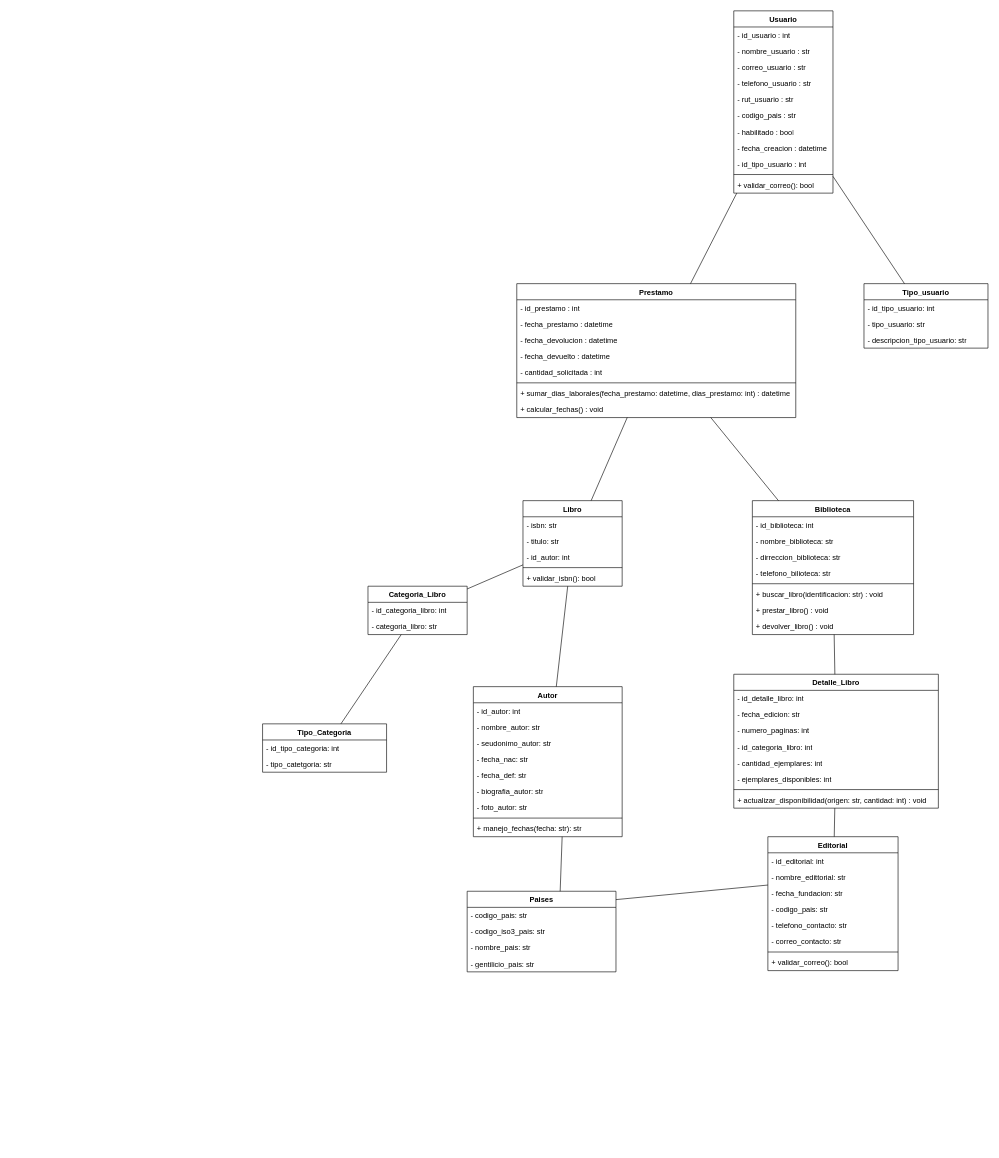
Earlier version of the draw.io diagram Diagrama.drawio (Leojgv/Biblioteca-POO). Source tidied: cells renumbered, new cells numbered last; positions are measured from the earlier drawing's top-left corner, leaving out a move shared by most shapes. Both pictures are drawn from the tidied source at 62%, with x=0, y=0 at pixel (262, 11).
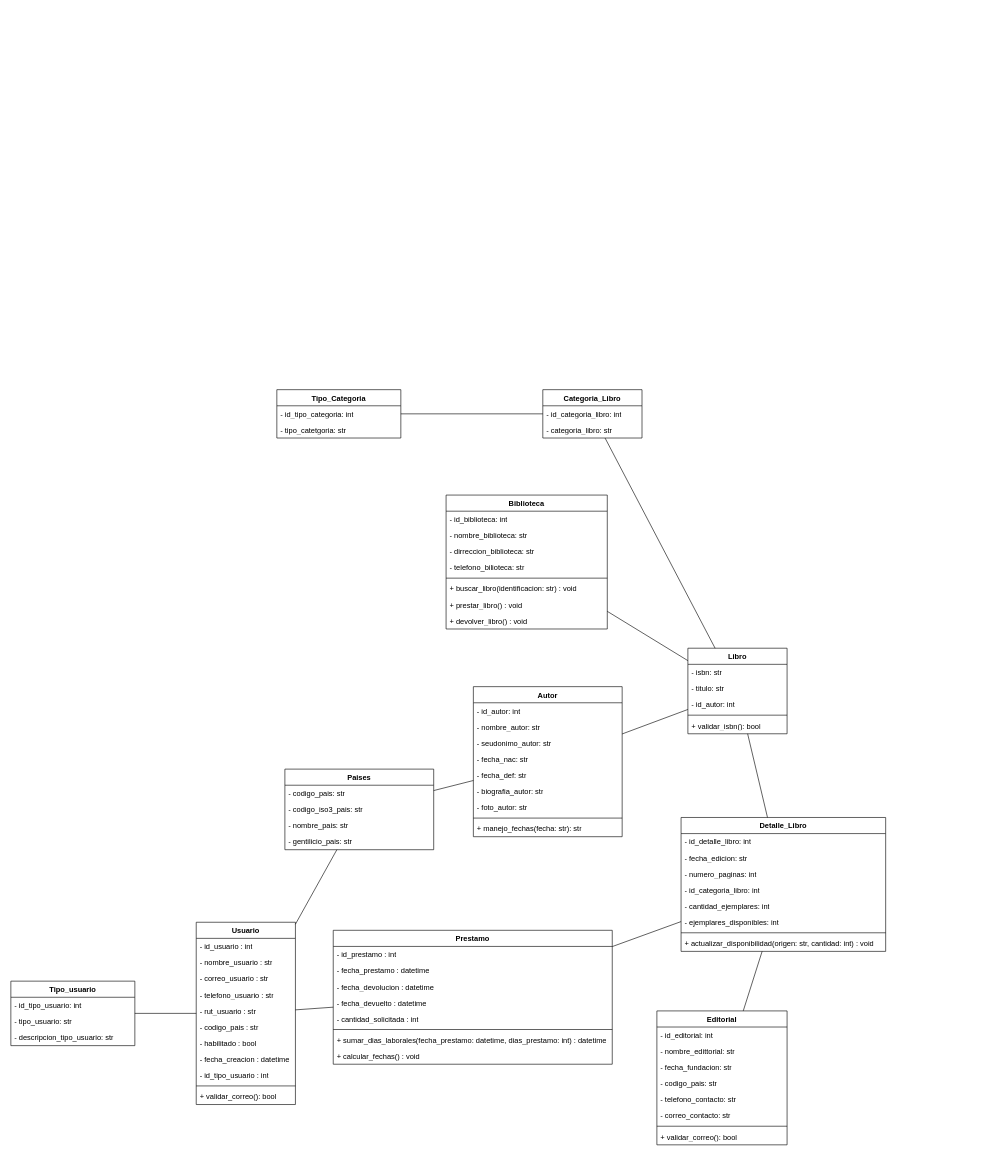
The same page after the edit.

Unchanged cells that the change refers to:
```xml
<mxCell id="9" value="Autor" style="swimlane;fontStyle=1;align=center;verticalAlign=top;horizontal=1;startSize=26;whiteSpace=wrap;html=1;" parent="1" vertex="1">
  <mxGeometry x="340" y="1090" width="240" height="242" as="geometry" />
</mxCell>
```

What changed in the source:
```diff
@@
     <mxCell id="2" value="Tipo_usuario" style="swimlane;fontStyle=1;align=center;verticalAlign=top;horizontal=1;startSize=26;whiteSpace=wrap;html=1;" parent="1" vertex="1">
-      <mxGeometry x="970" y="440" width="200" height="104" as="geometry" />
+      <mxGeometry x="-406" y="1565" width="200" height="104" as="geometry" />
     </mxCell>
@@
     <mxCell id="6" value="Tipo_Categoria" style="swimlane;fontStyle=1;align=center;verticalAlign=top;horizontal=1;startSize=26;whiteSpace=wrap;html=1;" parent="1" vertex="1">
-      <mxGeometry y="1150" width="200" height="78" as="geometry" />
+      <mxGeometry x="23" y="611" width="200" height="78" as="geometry" />
     </mxCell>
@@
     <mxCell id="19" value="Paises" style="swimlane;fontStyle=1;align=center;verticalAlign=top;horizontal=1;startSize=26;whiteSpace=wrap;html=1;" parent="1" vertex="1">
-      <mxGeometry x="330" y="1420" width="240" height="130" as="geometry" />
+      <mxGeometry x="36" y="1223" width="240" height="130" as="geometry" />
     </mxCell>
@@
     <mxCell id="24" value="Libro" style="swimlane;fontStyle=1;align=center;verticalAlign=top;horizontal=1;startSize=26;whiteSpace=wrap;html=1;" parent="1" vertex="1">
-      <mxGeometry x="420" y="790" width="160" height="138" as="geometry" />
+      <mxGeometry x="686" y="1028" width="160" height="138" as="geometry" />
     </mxCell>
@@
     <mxCell id="30" value="Editorial" style="swimlane;fontStyle=1;align=center;verticalAlign=top;horizontal=1;startSize=26;whiteSpace=wrap;html=1;" parent="1" vertex="1">
-      <mxGeometry x="815" y="1332" width="210" height="216" as="geometry" />
+      <mxGeometry x="636" y="1613" width="210" height="216" as="geometry" />
     </mxCell>
@@
     <mxCell id="39" value="Detalle_Libro" style="swimlane;fontStyle=1;align=center;verticalAlign=top;horizontal=1;startSize=26;whiteSpace=wrap;html=1;" parent="1" vertex="1">
-      <mxGeometry x="760" y="1070" width="330" height="216" as="geometry" />
+      <mxGeometry x="675" y="1301" width="330" height="216" as="geometry" />
     </mxCell>
@@
     <mxCell id="48" value="Categoria_Libro" style="swimlane;fontStyle=1;align=center;verticalAlign=top;horizontal=1;startSize=26;whiteSpace=wrap;html=1;" parent="1" vertex="1">
-      <mxGeometry x="170" y="928" width="160" height="78" as="geometry" />
+      <mxGeometry x="452" y="611" width="160" height="78" as="geometry" />
     </mxCell>
@@
     <mxCell id="51" value="Biblioteca" style="swimlane;fontStyle=1;align=center;verticalAlign=top;horizontal=1;startSize=26;whiteSpace=wrap;html=1;" parent="1" vertex="1">
-      <mxGeometry x="790" y="790" width="260" height="216" as="geometry" />
+      <mxGeometry x="296" y="781" width="260" height="216" as="geometry" />
     </mxCell>
@@
     <mxCell id="60" value="Prestamo" style="swimlane;fontStyle=1;align=center;verticalAlign=top;horizontal=1;startSize=26;whiteSpace=wrap;html=1;" parent="1" vertex="1">
-      <mxGeometry x="410" y="440" width="450" height="216" as="geometry" />
+      <mxGeometry x="114" y="1483" width="450" height="216" as="geometry" />
     </mxCell>
@@
     <mxCell id="69" value="Usuario" style="swimlane;fontStyle=1;align=center;verticalAlign=top;horizontal=1;startSize=26;whiteSpace=wrap;html=1;" parent="1" vertex="1">
-      <mxGeometry x="760" width="160" height="294" as="geometry" />
+      <mxGeometry x="-107" y="1470" width="160" height="294" as="geometry" />
     </mxCell>
@@
-    <mxCell id="81" style="endArrow=none;html=1;rounded=0;" parent="1" edge="1">
-      <mxGeometry relative="1" as="geometry">
-        <mxPoint x="480" y="1420" as="sourcePoint" />
-        <mxPoint x="483.2" y="1332" as="targetPoint" />
-      </mxGeometry>
-    </mxCell>
-    <mxCell id="82" style="endArrow=none;html=1;rounded=0;" parent="1" edge="1">
-      <mxGeometry relative="1" as="geometry">
-        <mxPoint x="570" y="1433.5" as="sourcePoint" />
-        <mxPoint x="815" y="1410" as="targetPoint" />
-      </mxGeometry>
-    </mxCell>
+    <mxCell id="92" style="endArrow=none;html=1;rounded=0;" parent="1" edge="1" source="19" target="9">
+      <mxGeometry relative="1" as="geometry" />
+    </mxCell>
+    <mxCell id="93" style="endArrow=none;html=1;rounded=0;" parent="1" edge="1" source="24" target="51">
+      <mxGeometry relative="1" as="geometry" />
+    </mxCell>
@@
-    <mxCell id="84" style="endArrow=none;html=1;rounded=0;" parent="1" edge="1" source="48" target="24">
-      <mxGeometry relative="1" as="geometry" />
-    </mxCell>
-    <mxCell id="85" style="endArrow=none;html=1;rounded=0;" parent="1" edge="1" source="24" target="60">
-      <mxGeometry relative="1" as="geometry" />
-    </mxCell>
-    <mxCell id="86" style="endArrow=none;html=1;rounded=0;" parent="1" edge="1" source="30" target="39">
-      <mxGeometry relative="1" as="geometry" />
-    </mxCell>
-    <mxCell id="87" style="endArrow=none;html=1;rounded=0;" parent="1" edge="1" source="51" target="60">
-      <mxGeometry relative="1" as="geometry" />
-    </mxCell>
-    <mxCell id="88" style="endArrow=none;html=1;rounded=0;" parent="1" edge="1" source="51" target="39">
-      <mxGeometry relative="1" as="geometry" />
-    </mxCell>
+    <mxCell id="94" style="endArrow=none;html=1;rounded=0;" parent="1" edge="1" source="39" target="24">
+      <mxGeometry relative="1" as="geometry" />
+    </mxCell>
+    <mxCell id="95" style="endArrow=none;html=1;rounded=0;" parent="1" edge="1" source="39" target="30">
+      <mxGeometry relative="1" as="geometry" />
+    </mxCell>
@@
-    <mxCell id="90" style="endArrow=none;html=1;rounded=0;" parent="1" edge="1" source="60" target="69">
-      <mxGeometry relative="1" as="geometry" />
-    </mxCell>
-    <mxCell id="91" style="endArrow=none;html=1;rounded=0;" parent="1" edge="1" source="2" target="69">
-      <mxGeometry relative="1" as="geometry" />
-    </mxCell>
+    <mxCell id="96" style="endArrow=none;html=1;rounded=0;" parent="1" edge="1" source="69" target="60">
+      <mxGeometry relative="1" as="geometry" />
+    </mxCell>
+    <mxCell id="97" style="endArrow=none;html=1;rounded=0;" parent="1" edge="1" source="39" target="60">
+      <mxGeometry relative="1" as="geometry" />
+    </mxCell>
+    <mxCell id="98" style="endArrow=none;html=1;rounded=0;" parent="1" edge="1" source="69" target="2">
+      <mxGeometry relative="1" as="geometry" />
+    </mxCell>
+    <mxCell id="99" style="endArrow=none;html=1;rounded=0;" parent="1" edge="1" source="24" target="48">
+      <mxGeometry relative="1" as="geometry" />
+    </mxCell>
+    <mxCell id="100" style="endArrow=none;html=1;rounded=0;" parent="1" edge="1" source="69" target="19">
+      <mxGeometry relative="1" as="geometry" />
+    </mxCell>
```
